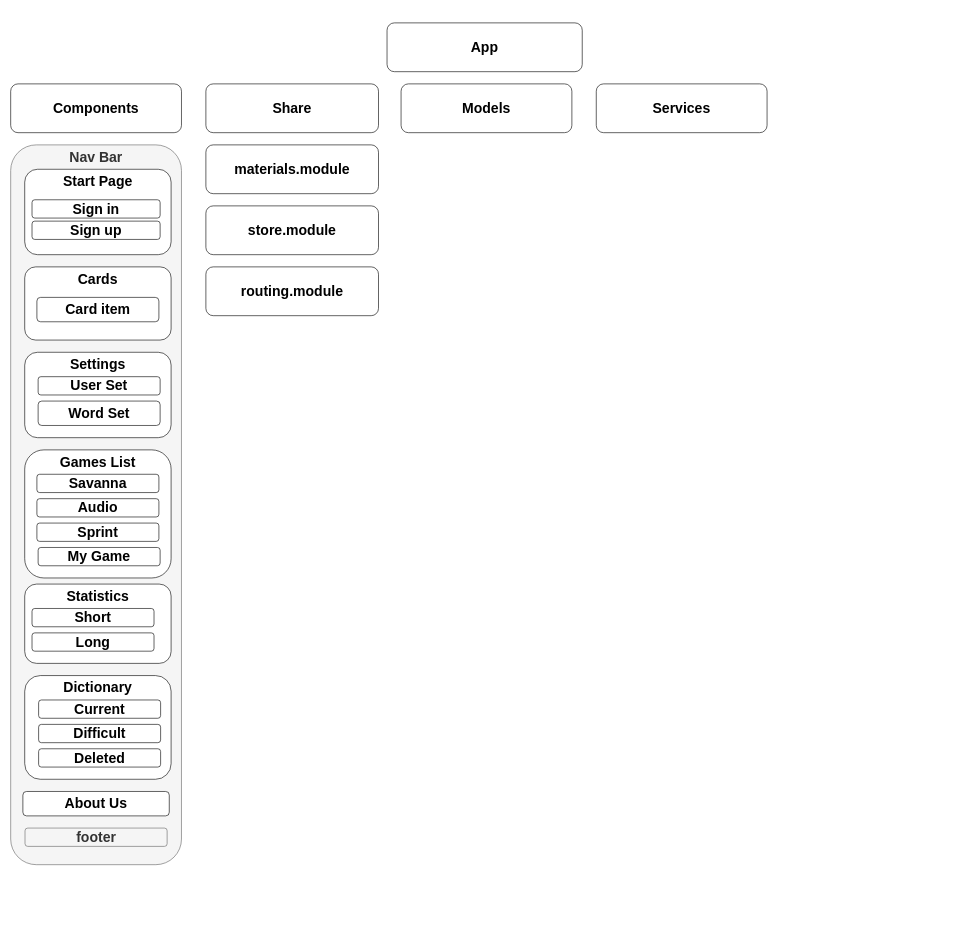
Before: Untitled Diagram.drawio in AndreyAmelchenia/DiagramRsLang, a draw.io diagram. Source tidied: cells renumbered, new cells numbered last; positions are measured from the earlier drawing's top-left corner, leaving out a move shared by most shapes. Both pictures are drawn from the tidied source at 61%, with x=0, y=0 at pixel (10, 23).
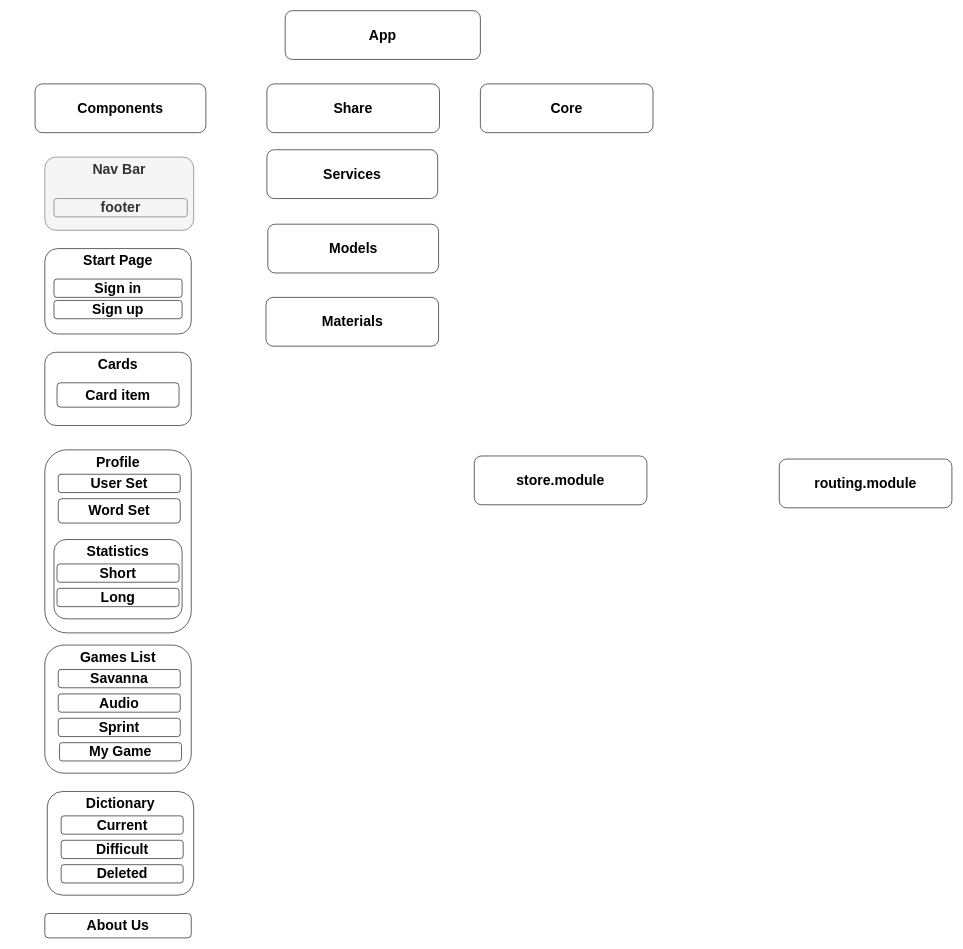
The same diagram, later.

Change to the diagram source:
```diff
@@
     <mxCell id="2" value="&lt;font style=&quot;font-size: 23px&quot;&gt;&lt;b&gt;App&lt;/b&gt;&lt;/font&gt;" style="rounded=1;whiteSpace=wrap;html=1;" parent="1" vertex="1">
-      <mxGeometry x="617" width="320" height="80" as="geometry" />
+      <mxGeometry x="450" y="-20" width="320" height="80" as="geometry" />
     </mxCell>
     <mxCell id="3" value="&lt;span style=&quot;font-size: 23px&quot;&gt;&lt;b&gt;Components&lt;/b&gt;&lt;/span&gt;" style="rounded=1;whiteSpace=wrap;html=1;" parent="1" vertex="1">
-      <mxGeometry y="100" width="280" height="80" as="geometry" />
+      <mxGeometry x="40" y="100" width="280" height="80" as="geometry" />
     </mxCell>
     <mxCell id="4" value="&lt;font style=&quot;font-size: 23px&quot;&gt;&lt;b&gt;Share&lt;/b&gt;&lt;/font&gt;" style="rounded=1;whiteSpace=wrap;html=1;" parent="1" vertex="1">
-      <mxGeometry x="320" y="100" width="283" height="80" as="geometry" />
+      <mxGeometry x="420" y="100" width="283" height="80" as="geometry" />
     </mxCell>
     <mxCell id="5" value="&lt;span style=&quot;font-size: 23px&quot;&gt;&lt;b&gt;Models&lt;/b&gt;&lt;/span&gt;" style="rounded=1;whiteSpace=wrap;html=1;" parent="1" vertex="1">
-      <mxGeometry x="640" y="100" width="280" height="80" as="geometry" />
+      <mxGeometry x="421.5" y="330" width="280" height="80" as="geometry" />
     </mxCell>
     <mxCell id="6" value="&lt;font style=&quot;font-size: 23px&quot;&gt;&lt;b&gt;Services&lt;/b&gt;&lt;/font&gt;" style="rounded=1;whiteSpace=wrap;html=1;" parent="1" vertex="1">
-      <mxGeometry x="960" y="100" width="280" height="80" as="geometry" />
+      <mxGeometry x="420" y="208" width="280" height="80" as="geometry" />
     </mxCell>
-    <mxCell id="7" value="&lt;span style=&quot;font-size: 23px&quot;&gt;&lt;b&gt;materials.module&lt;/b&gt;&lt;/span&gt;" style="rounded=1;whiteSpace=wrap;html=1;" parent="1" vertex="1">
-      <mxGeometry x="320" y="200" width="283" height="80" as="geometry" />
+    <mxCell id="7" value="&lt;span style=&quot;font-size: 23px&quot;&gt;&lt;b&gt;Materials&lt;/b&gt;&lt;/span&gt;" style="rounded=1;whiteSpace=wrap;html=1;" parent="1" vertex="1">
+      <mxGeometry x="418.5" y="450" width="283" height="80" as="geometry" />
     </mxCell>
     <mxCell id="8" value="&lt;span style=&quot;font-size: 23px&quot;&gt;&lt;b&gt;store.module&lt;/b&gt;&lt;/span&gt;" style="rounded=1;whiteSpace=wrap;html=1;" parent="1" vertex="1">
-      <mxGeometry x="320" y="300" width="283" height="80" as="geometry" />
+      <mxGeometry x="760" y="710" width="283" height="80" as="geometry" />
     </mxCell>
     <mxCell id="9" value="&lt;span style=&quot;font-size: 23px&quot;&gt;&lt;b&gt;routing.module&lt;/b&gt;&lt;/span&gt;" style="rounded=1;whiteSpace=wrap;html=1;" parent="1" vertex="1">
-      <mxGeometry x="320" y="400" width="283" height="80" as="geometry" />
+      <mxGeometry x="1260" y="715" width="283" height="80" as="geometry" />
     </mxCell>
     <mxCell id="10" value="&lt;span style=&quot;font-size: 23px&quot;&gt;&lt;b&gt;Nav Bar&lt;/b&gt;&lt;/span&gt;" style="rounded=1;whiteSpace=wrap;html=1;verticalAlign=top;fillColor=#f5f5f5;strokeColor=#666666;fontColor=#333333;" parent="1" vertex="1">
-      <mxGeometry y="200" width="280" height="1180" as="geometry" />
+      <mxGeometry x="56" y="220" width="244" height="120" as="geometry" />
     </mxCell>
     <mxCell id="11" value="&lt;span style=&quot;font-size: 23px&quot;&gt;&lt;b&gt;footer&lt;/b&gt;&lt;/span&gt;" style="rounded=1;whiteSpace=wrap;html=1;fillColor=#f5f5f5;strokeColor=#666666;fontColor=#333333;" parent="1" vertex="1">
-      <mxGeometry x="23.5" y="1320" width="233" height="30" as="geometry" />
+      <mxGeometry x="71" y="288" width="218.5" height="30" as="geometry" />
     </mxCell>
     <mxCell id="12" value="&lt;span style=&quot;font-size: 23px&quot;&gt;&lt;b&gt;Start Page&lt;/b&gt;&lt;/span&gt;" style="rounded=1;whiteSpace=wrap;html=1;verticalAlign=top;" parent="1" vertex="1">
-      <mxGeometry x="23" y="240" width="240" height="140" as="geometry" />
+      <mxGeometry x="56" y="370" width="240" height="140" as="geometry" />
     </mxCell>
     <mxCell id="13" value="&lt;span style=&quot;font-size: 23px&quot;&gt;&lt;b&gt;Cards&lt;/b&gt;&lt;/span&gt;" style="rounded=1;whiteSpace=wrap;html=1;verticalAlign=top;" parent="1" vertex="1">
-      <mxGeometry x="23" y="400" width="240" height="120" as="geometry" />
+      <mxGeometry x="56" y="540" width="240" height="120" as="geometry" />
     </mxCell>
-    <mxCell id="14" value="&lt;span style=&quot;font-size: 23px&quot;&gt;&lt;b&gt;Settings&lt;/b&gt;&lt;/span&gt;" style="rounded=1;whiteSpace=wrap;html=1;verticalAlign=top;" parent="1" vertex="1">
-      <mxGeometry x="23" y="540" width="240" height="140" as="geometry" />
+    <mxCell id="14" value="&lt;span style=&quot;font-size: 23px&quot;&gt;&lt;b&gt;Profile&lt;/b&gt;&lt;/span&gt;" style="rounded=1;whiteSpace=wrap;html=1;verticalAlign=top;" parent="1" vertex="1">
+      <mxGeometry x="56" y="700" width="240" height="300" as="geometry" />
     </mxCell>
     <mxCell id="15" value="&lt;span style=&quot;font-size: 23px&quot;&gt;&lt;b&gt;Card item&lt;/b&gt;&lt;/span&gt;" style="rounded=1;whiteSpace=wrap;html=1;" parent="1" vertex="1">
-      <mxGeometry x="43" y="450" width="200" height="40" as="geometry" />
+      <mxGeometry x="76" y="590" width="200" height="40" as="geometry" />
     </mxCell>
     <mxCell id="16" value="&lt;span style=&quot;font-size: 23px&quot;&gt;&lt;b&gt;User Set&lt;/b&gt;&lt;/span&gt;" style="rounded=1;whiteSpace=wrap;html=1;" parent="1" vertex="1">
-      <mxGeometry x="45" y="580" width="200" height="30" as="geometry" />
+      <mxGeometry x="78" y="740" width="200" height="30" as="geometry" />
     </mxCell>
     <mxCell id="17" value="&lt;span style=&quot;font-size: 23px&quot;&gt;&lt;b&gt;Word Set&lt;/b&gt;&lt;/span&gt;" style="rounded=1;whiteSpace=wrap;html=1;" parent="1" vertex="1">
-      <mxGeometry x="45" y="620" width="200" height="40" as="geometry" />
+      <mxGeometry x="78" y="780" width="200" height="40" as="geometry" />
     </mxCell>
     <mxCell id="18" value="&lt;span style=&quot;font-size: 23px&quot;&gt;&lt;b&gt;Games List&lt;/b&gt;&lt;/span&gt;" style="rounded=1;whiteSpace=wrap;html=1;verticalAlign=top;" parent="1" vertex="1">
-      <mxGeometry x="23" y="700" width="240" height="210" as="geometry" />
+      <mxGeometry x="56" y="1020" width="240" height="210" as="geometry" />
     </mxCell>
     <mxCell id="19" value="&lt;font style=&quot;font-size: 23px&quot;&gt;Savanna&lt;/font&gt;" style="rounded=1;whiteSpace=wrap;html=1;fontSize=20;fontStyle=1;" parent="1" vertex="1">
-      <mxGeometry x="43" y="740" width="200" height="30" as="geometry" />
+      <mxGeometry x="78" y="1060" width="200" height="30" as="geometry" />
     </mxCell>
     <mxCell id="20" value="&lt;b style=&quot;font-size: 23px&quot;&gt;Audio&lt;/b&gt;" style="rounded=1;whiteSpace=wrap;html=1;" parent="1" vertex="1">
-      <mxGeometry x="43" y="780" width="200" height="30" as="geometry" />
+      <mxGeometry x="78" y="1100" width="200" height="30" as="geometry" />
     </mxCell>
     <mxCell id="21" value="&lt;b style=&quot;font-size: 23px&quot;&gt;Sprint&lt;/b&gt;" style="rounded=1;whiteSpace=wrap;html=1;" parent="1" vertex="1">
-      <mxGeometry x="43" y="820" width="200" height="30" as="geometry" />
+      <mxGeometry x="78" y="1140" width="200" height="30" as="geometry" />
     </mxCell>
     <mxCell id="22" value="&lt;span style=&quot;font-size: 23px&quot;&gt;&lt;b&gt;My Game&lt;/b&gt;&lt;/span&gt;" style="rounded=1;whiteSpace=wrap;html=1;" parent="1" vertex="1">
-      <mxGeometry x="45" y="860" width="200" height="30" as="geometry" />
+      <mxGeometry x="80" y="1180" width="200" height="30" as="geometry" />
     </mxCell>
     <mxCell id="23" value="&lt;span style=&quot;font-size: 23px&quot;&gt;&lt;b&gt;Statistics&lt;/b&gt;&lt;/span&gt;" style="rounded=1;whiteSpace=wrap;html=1;verticalAlign=top;" parent="1" vertex="1">
-      <mxGeometry x="23" y="920" width="240" height="130" as="geometry" />
+      <mxGeometry x="71" y="847" width="210" height="130" as="geometry" />
     </mxCell>
     <mxCell id="24" value="&lt;span style=&quot;font-size: 23px&quot;&gt;&lt;b&gt;Short&lt;/b&gt;&lt;/span&gt;" style="rounded=1;whiteSpace=wrap;html=1;" parent="1" vertex="1">
-      <mxGeometry x="35" y="960" width="200" height="30" as="geometry" />
+      <mxGeometry x="76" y="887" width="200" height="30" as="geometry" />
     </mxCell>
     <mxCell id="25" value="&lt;span style=&quot;font-size: 23px&quot;&gt;&lt;b&gt;Long&lt;/b&gt;&lt;/span&gt;" style="rounded=1;whiteSpace=wrap;html=1;" parent="1" vertex="1">
-      <mxGeometry x="35" y="1000" width="200" height="30" as="geometry" />
+      <mxGeometry x="76" y="927" width="200" height="30" as="geometry" />
     </mxCell>
     <mxCell id="26" value="&lt;span style=&quot;font-size: 23px&quot;&gt;&lt;b&gt;Sign in&lt;/b&gt;&lt;/span&gt;" style="rounded=1;whiteSpace=wrap;html=1;" parent="1" vertex="1">
-      <mxGeometry x="35" y="290" width="210" height="30" as="geometry" />
+      <mxGeometry x="71" y="420" width="210" height="30" as="geometry" />
     </mxCell>
     <mxCell id="27" value="&lt;span style=&quot;font-size: 23px&quot;&gt;&lt;b&gt;Sign up&lt;/b&gt;&lt;/span&gt;" style="rounded=1;whiteSpace=wrap;html=1;" parent="1" vertex="1">
-      <mxGeometry x="35" y="325" width="210" height="30" as="geometry" />
+      <mxGeometry x="71" y="455" width="210" height="30" as="geometry" />
     </mxCell>
     <mxCell id="28" value="&lt;span style=&quot;font-size: 23px&quot;&gt;&lt;b&gt;About Us&lt;/b&gt;&lt;/span&gt;" style="rounded=1;whiteSpace=wrap;html=1;verticalAlign=top;" parent="1" vertex="1">
-      <mxGeometry x="20" y="1260" width="240" height="40" as="geometry" />
+      <mxGeometry x="56" y="1460" width="240" height="40" as="geometry" />
     </mxCell>
     <mxCell id="29" value="&lt;span style=&quot;font-size: 23px&quot;&gt;&lt;b&gt;Dictionary&lt;/b&gt;&lt;/span&gt;" style="rounded=1;whiteSpace=wrap;html=1;verticalAlign=top;" parent="1" vertex="1">
-      <mxGeometry x="23" y="1070" width="240" height="170" as="geometry" />
+      <mxGeometry x="60" y="1260" width="240" height="170" as="geometry" />
     </mxCell>
     <mxCell id="30" value="&lt;span style=&quot;font-size: 23px&quot;&gt;&lt;b&gt;Current&lt;/b&gt;&lt;/span&gt;" style="rounded=1;whiteSpace=wrap;html=1;" parent="1" vertex="1">
-      <mxGeometry x="45.8" y="1110" width="200" height="30" as="geometry" />
+      <mxGeometry x="82.8" y="1300" width="200" height="30" as="geometry" />
     </mxCell>
     <mxCell id="31" value="&lt;span style=&quot;font-size: 23px&quot;&gt;&lt;b&gt;Difficult&lt;/b&gt;&lt;/span&gt;" style="rounded=1;whiteSpace=wrap;html=1;" parent="1" vertex="1">
-      <mxGeometry x="45.8" y="1150" width="200" height="30" as="geometry" />
+      <mxGeometry x="82.8" y="1340" width="200" height="30" as="geometry" />
     </mxCell>
     <mxCell id="32" value="&lt;span style=&quot;font-size: 23px&quot;&gt;&lt;b&gt;Deleted&lt;/b&gt;&lt;/span&gt;" style="rounded=1;whiteSpace=wrap;html=1;" parent="1" vertex="1">
-      <mxGeometry x="45.8" y="1190" width="200" height="30" as="geometry" />
+      <mxGeometry x="82.8" y="1380" width="200" height="30" as="geometry" />
     </mxCell>
@@
+    <mxCell id="34" value="&lt;span style=&quot;font-size: 23px&quot;&gt;&lt;b&gt;Core&lt;/b&gt;&lt;/span&gt;" style="rounded=1;whiteSpace=wrap;html=1;" parent="1" vertex="1">
+      <mxGeometry x="770" y="100" width="283" height="80" as="geometry" />
+    </mxCell>
```
